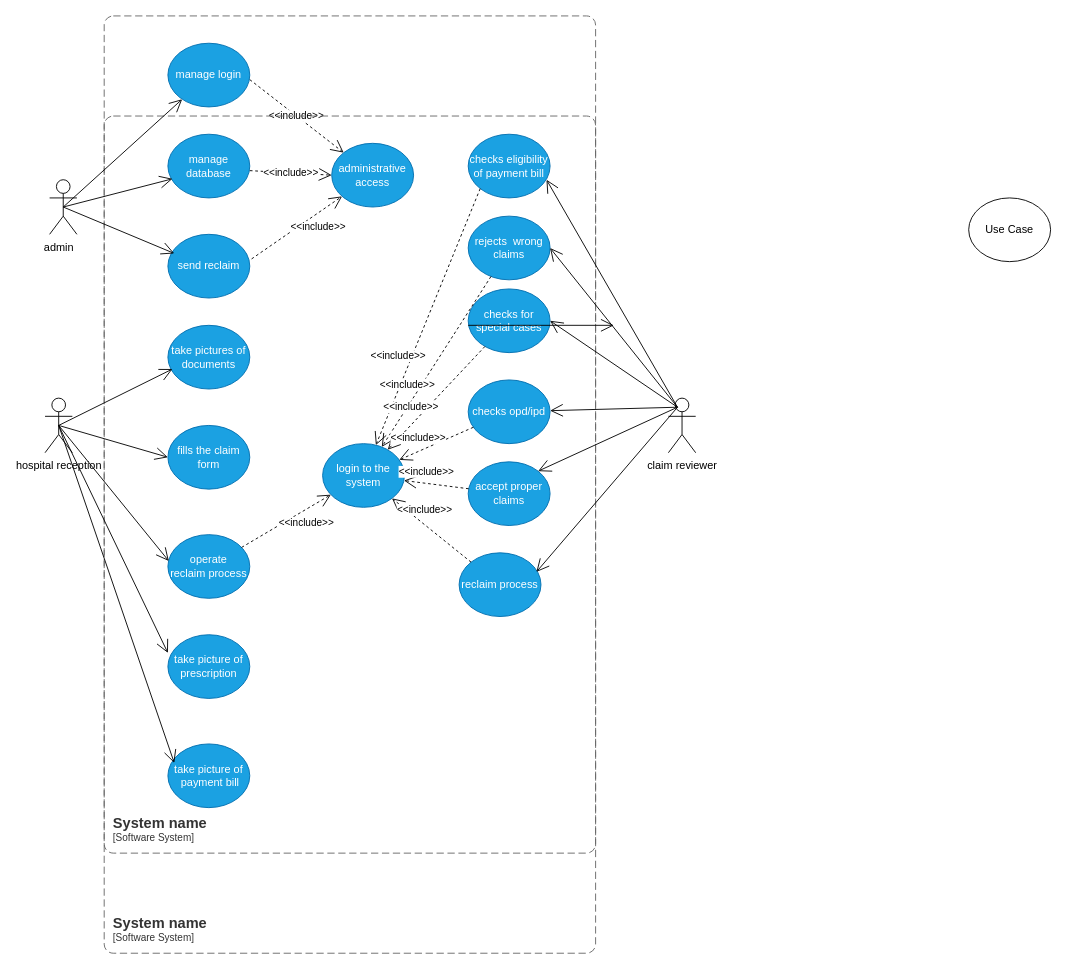
Before: usecase-openimis-2.drawio in lincoln5702/diagram, a draw.io diagram. Source tidied: cells renumbered, new cells numbered last; positions are measured from the earlier drawing's top-left corner, leaving out a move shared by most shapes. Both pictures are drawn from the tidied source at 91%, with x=0, y=0 at pixel (31, 15).
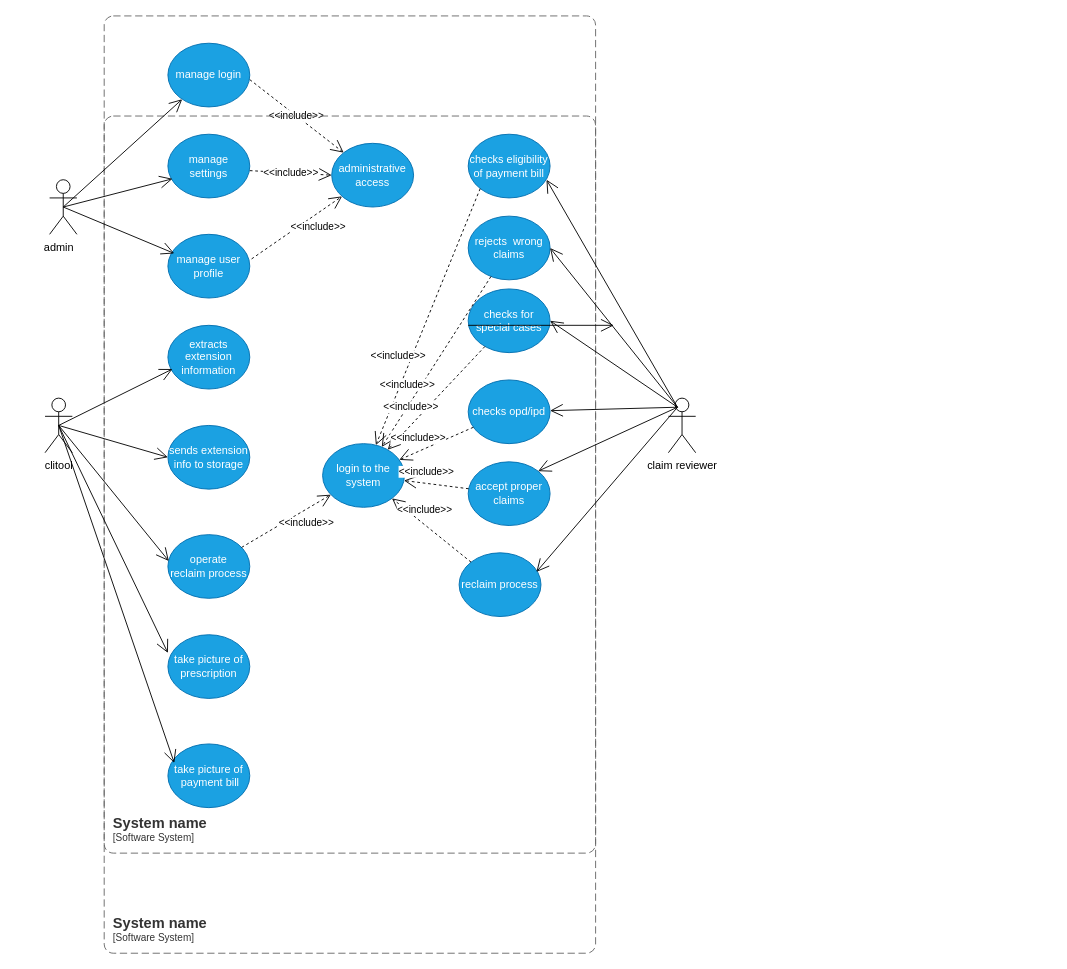
Above is the later version.

Change to the diagram source:
```diff
@@
-    <mxCell id="5" value="hospital reception" style="shape=umlActor;verticalLabelPosition=bottom;verticalAlign=top;html=1;" parent="1" vertex="1">
+    <mxCell id="5" value="clitool" style="shape=umlActor;verticalLabelPosition=bottom;verticalAlign=top;html=1;" parent="1" vertex="1">
       <mxGeometry x="15" y="420" width="30" height="60" as="geometry" />
     </mxCell>
@@
-    <mxCell id="7" value="manage database" style="ellipse;whiteSpace=wrap;html=1;fillColor=#1ba1e2;fontColor=#ffffff;strokeColor=#006EAF;" parent="1" vertex="1">
+    <mxCell id="7" value="manage settings" style="ellipse;whiteSpace=wrap;html=1;fillColor=#1ba1e2;fontColor=#ffffff;strokeColor=#006EAF;" parent="1" vertex="1">
       <mxGeometry x="150" y="130" width="90" height="70" as="geometry" />
     </mxCell>
-    <mxCell id="8" value="send reclaim" style="ellipse;whiteSpace=wrap;html=1;fillColor=#1ba1e2;fontColor=#ffffff;strokeColor=#006EAF;" parent="1" vertex="1">
+    <mxCell id="8" value="manage user profile" style="ellipse;whiteSpace=wrap;html=1;fillColor=#1ba1e2;fontColor=#ffffff;strokeColor=#006EAF;" parent="1" vertex="1">
       <mxGeometry x="150" y="240" width="90" height="70" as="geometry" />
     </mxCell>
@@
-    <mxCell id="11" value="take pictures of documents" style="ellipse;whiteSpace=wrap;html=1;fillColor=#1ba1e2;fontColor=#ffffff;strokeColor=#006EAF;" parent="1" vertex="1">
+    <mxCell id="11" value="extracts extension information" style="ellipse;whiteSpace=wrap;html=1;fillColor=#1ba1e2;fontColor=#ffffff;strokeColor=#006EAF;" parent="1" vertex="1">
       <mxGeometry x="150" y="340" width="90" height="70" as="geometry" />
     </mxCell>
@@
-    <mxCell id="14" value="fills the claim form" style="ellipse;whiteSpace=wrap;html=1;fillColor=#1ba1e2;fontColor=#ffffff;strokeColor=#006EAF;" parent="1" vertex="1">
+    <mxCell id="14" value="sends extension info to storage" style="ellipse;whiteSpace=wrap;html=1;fillColor=#1ba1e2;fontColor=#ffffff;strokeColor=#006EAF;" parent="1" vertex="1">
       <mxGeometry x="150" y="450" width="90" height="70" as="geometry" />
     </mxCell>
@@
-    <mxCell id="16" value="Use Case" style="ellipse;whiteSpace=wrap;html=1;" parent="1" vertex="1">
-      <mxGeometry x="1030" y="200" width="90" height="70" as="geometry" />
-    </mxCell>
```
